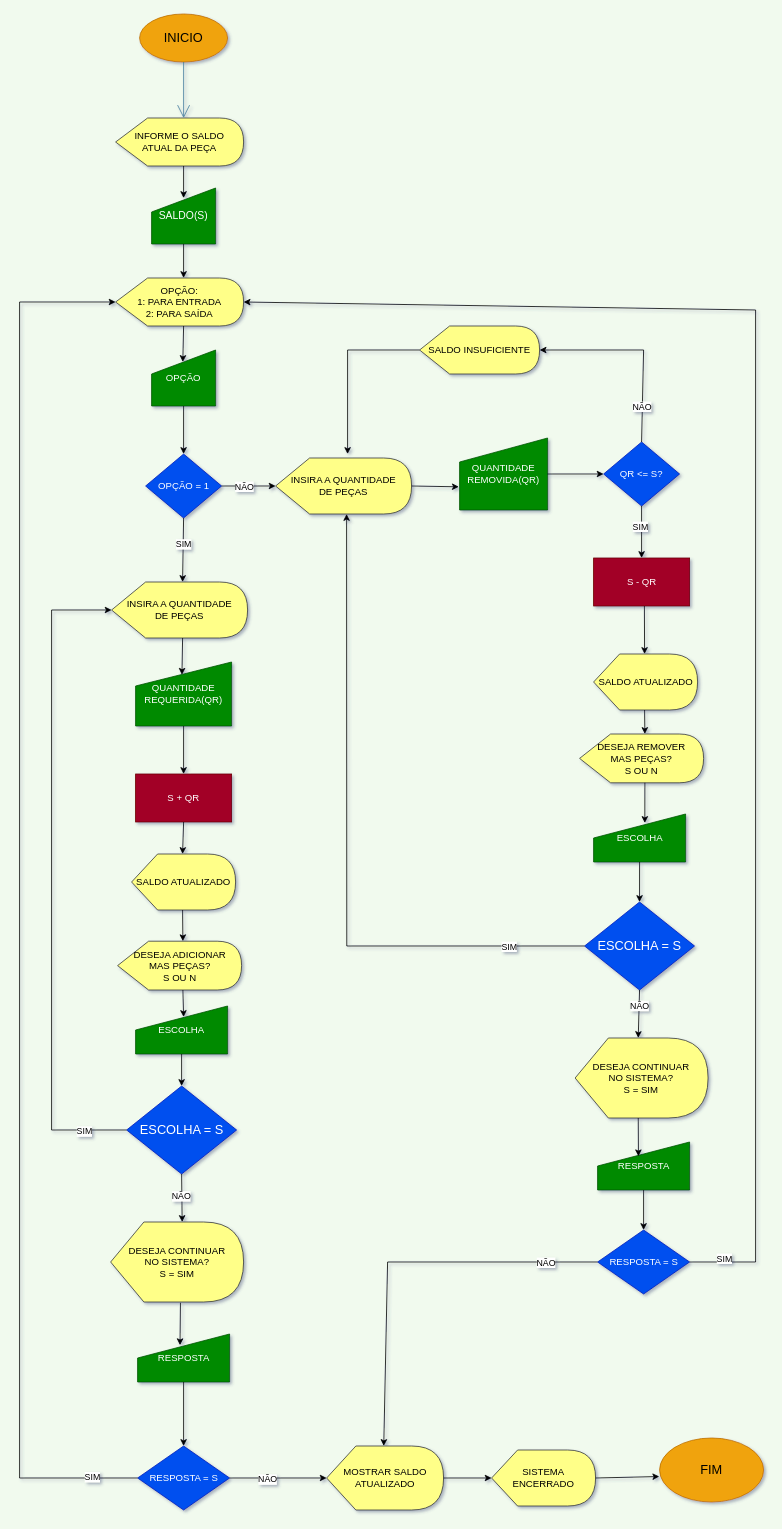
silvatavares/senai_versoes_git keeps this draw.io diagram as Diagrama sem nome.drawio. Above is the earlier version. Source tidied: cells renumbered, new cells numbered last; positions are measured from the earlier drawing's top-left corner, leaving out a move shared by most shapes. Both pictures are drawn from the tidied source at 80%, with x=0, y=0 at pixel (19, 14).
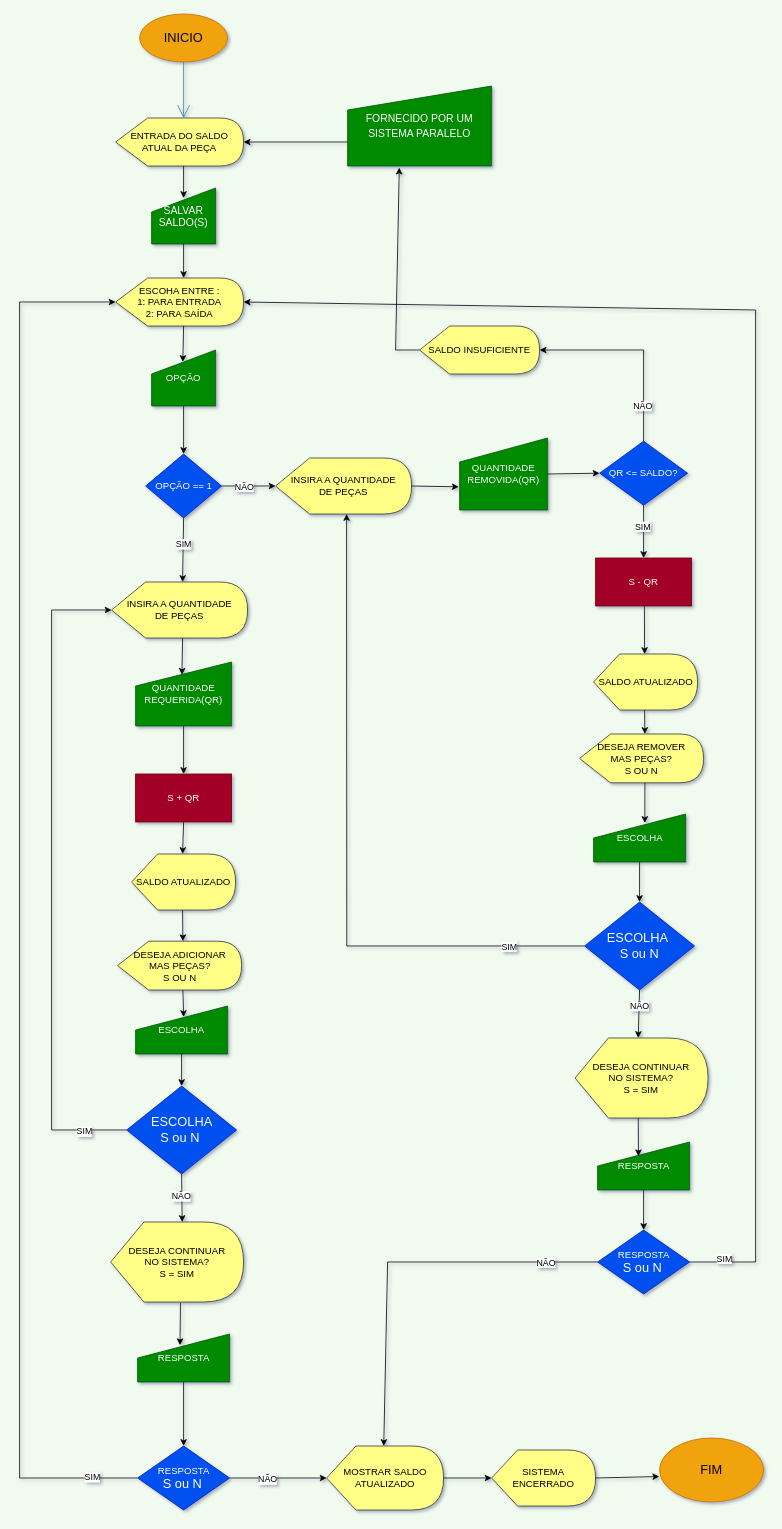
The same page after the edit.

Unchanged cells that the change refers to:
```xml
<mxCell id="45" value="SALDO INSUFICIENTE" style="shape=display;whiteSpace=wrap;html=1;fillColor=#ffff88;strokeColor=#36393d;align=center;" parent="1" vertex="1">
  <mxGeometry x="500" y="390" width="150" height="60" as="geometry" />
</mxCell>
```

Diff of the diagram source:
```diff
@@
-    <mxCell id="5" value="ESCOLHA = S" style="rhombus;whiteSpace=wrap;html=1;fontSize=16;fillColor=#0050ef;strokeColor=#001DBC;fontColor=#ffffff;rounded=0;" parent="1" vertex="1">
+    <mxCell id="5" value="ESCOLHA&lt;br&gt;S ou N&amp;nbsp;" style="rhombus;whiteSpace=wrap;html=1;fontSize=16;fillColor=#0050ef;strokeColor=#001DBC;fontColor=#ffffff;rounded=0;" parent="1" vertex="1">
       <mxGeometry x="133.8" y="1340" width="137.5" height="110" as="geometry" />
     </mxCell>
-    <mxCell id="6" value="INFORME O SALDO&lt;br&gt;ATUAL DA PEÇA" style="shape=display;whiteSpace=wrap;html=1;fillColor=#ffff88;strokeColor=#36393d;align=center;" parent="1" vertex="1">
+    <mxCell id="6" value="ENTRADA DO SALDO&lt;br&gt;ATUAL DA PEÇA" style="shape=display;whiteSpace=wrap;html=1;fillColor=#ffff88;strokeColor=#36393d;align=center;" parent="1" vertex="1">
       <mxGeometry x="120" y="130" width="160" height="60" as="geometry" />
     </mxCell>
-    <mxCell id="7" value="&lt;div style=&quot;line-height: 94%;&quot;&gt;&lt;span style=&quot;background-color: initial;&quot;&gt;&lt;font style=&quot;font-size: 13px;&quot;&gt;SALDO(S)&lt;/font&gt;&lt;/span&gt;&lt;/div&gt;" style="shape=manualInput;whiteSpace=wrap;html=1;align=center;fillColor=#008a00;strokeColor=#005700;fontColor=#ffffff;fillStyle=auto;strokeWidth=1;rounded=0;shadow=0;perimeterSpacing=0;gradientColor=none;verticalAlign=middle;" parent="1" vertex="1">
+    <mxCell id="7" value="&lt;div style=&quot;line-height: 120%; font-size: 13px;&quot;&gt;&lt;font style=&quot;font-size: 13px;&quot;&gt;SALVAR&lt;/font&gt;&lt;/div&gt;&lt;div style=&quot;line-height: 120%; font-size: 13px;&quot;&gt;&lt;font style=&quot;font-size: 13px;&quot;&gt;SALDO(S)&lt;/font&gt;&lt;/div&gt;" style="shape=manualInput;whiteSpace=wrap;html=1;align=center;fillColor=#008a00;strokeColor=#005700;fontColor=#ffffff;fillStyle=auto;strokeWidth=1;rounded=0;shadow=0;perimeterSpacing=0;gradientColor=none;verticalAlign=middle;" parent="1" vertex="1">
       <mxGeometry x="165" y="217.5" width="80" height="70" as="geometry" />
     </mxCell>
-    <mxCell id="8" value="OPÇÃO:&lt;br&gt;1: PARA ENTRADA&lt;br&gt;2: PARA SAÍDA" style="shape=display;whiteSpace=wrap;html=1;fillColor=#ffff88;strokeColor=#36393d;align=center;" parent="1" vertex="1">
+    <mxCell id="8" value="ESCOHA ENTRE :&lt;br&gt;1: PARA ENTRADA&lt;br&gt;2: PARA SAÍDA" style="shape=display;whiteSpace=wrap;html=1;fillColor=#ffff88;strokeColor=#36393d;align=center;" parent="1" vertex="1">
       <mxGeometry x="120" y="330" width="160" height="60" as="geometry" />
     </mxCell>
@@
-    <mxCell id="10" value="OPÇÃO = 1" style="rhombus;whiteSpace=wrap;html=1;fillColor=#0050ef;strokeColor=#001DBC;fontColor=#ffffff;" parent="1" vertex="1">
+    <mxCell id="10" value="OPÇÃO == 1" style="rhombus;whiteSpace=wrap;html=1;fillColor=#0050ef;strokeColor=#001DBC;fontColor=#ffffff;" parent="1" vertex="1">
       <mxGeometry x="157.5" y="550" width="95" height="80" as="geometry" />
     </mxCell>
@@
-    <mxCell id="39" value="RESPOSTA = S" style="rhombus;whiteSpace=wrap;html=1;fillColor=#0050ef;strokeColor=#001DBC;fontColor=#ffffff;" parent="1" vertex="1">
+    <mxCell id="39" value="RESPOSTA&lt;br&gt;&lt;span style=&quot;font-size: 16px;&quot;&gt;S ou N&lt;/span&gt;&amp;nbsp;" style="rhombus;whiteSpace=wrap;html=1;fillColor=#0050ef;strokeColor=#001DBC;fontColor=#ffffff;" parent="1" vertex="1">
       <mxGeometry x="147.5" y="1790" width="115" height="80" as="geometry" />
     </mxCell>
@@
-    <mxCell id="46" style="endArrow=classic;html=1;rounded=0;exitX=0;exitY=0.5;exitDx=0;exitDy=0;exitPerimeter=0;" parent="1" edge="1" source="45">
-      <mxGeometry relative="1" as="geometry">
-        <mxPoint x="410" y="550" as="targetPoint" />
-        <Array as="points">
-          <mxPoint x="410" y="420" />
-        </Array>
-      </mxGeometry>
-    </mxCell>
-    <mxCell id="47" value="QR &amp;lt;= S?" style="rhombus;whiteSpace=wrap;html=1;fillColor=#0050ef;strokeColor=#001DBC;fontColor=#ffffff;" parent="1" vertex="1">
-      <mxGeometry x="730" y="535" width="95" height="80" as="geometry" />
+    <mxCell id="47" value="QR &amp;lt;= SALDO?" style="rhombus;whiteSpace=wrap;html=1;fillColor=#0050ef;strokeColor=#001DBC;fontColor=#ffffff;" parent="1" vertex="1">
+      <mxGeometry x="725" y="534" width="110" height="80" as="geometry" />
     </mxCell>
@@
     <mxCell id="51" value="S - QR" style="rounded=0;whiteSpace=wrap;html=1;fillColor=#a20025;strokeColor=#6F0000;fontColor=#ffffff;" parent="1" vertex="1">
-      <mxGeometry x="717.5" y="680" width="120" height="60" as="geometry" />
+      <mxGeometry x="720" y="680" width="120" height="60" as="geometry" />
     </mxCell>
@@
-    <mxCell id="59" value="ESCOLHA = S" style="rhombus;whiteSpace=wrap;html=1;fontSize=16;fillColor=#0050ef;strokeColor=#001DBC;fontColor=#ffffff;rounded=0;" parent="1" vertex="1">
+    <mxCell id="59" value="ESCOLHA&amp;nbsp;&lt;br&gt;S ou N" style="rhombus;whiteSpace=wrap;html=1;fontSize=16;fillColor=#0050ef;strokeColor=#001DBC;fontColor=#ffffff;rounded=0;" parent="1" vertex="1">
       <mxGeometry x="706.2" y="1110" width="137.5" height="110" as="geometry" />
     </mxCell>
@@
-    <mxCell id="69" value="RESPOSTA = S" style="rhombus;whiteSpace=wrap;html=1;fillColor=#0050ef;strokeColor=#001DBC;fontColor=#ffffff;" parent="1" vertex="1">
+    <mxCell id="69" value="RESPOSTA&lt;br&gt;&lt;span style=&quot;font-size: 16px;&quot;&gt;S ou N&lt;/span&gt;&amp;nbsp;" style="rhombus;whiteSpace=wrap;html=1;fillColor=#0050ef;strokeColor=#001DBC;fontColor=#ffffff;" parent="1" vertex="1">
       <mxGeometry x="722.5" y="1520" width="115" height="80" as="geometry" />
     </mxCell>
@@
+    <mxCell id="81" value="&lt;div style=&quot;line-height: 147%;&quot;&gt;&lt;span style=&quot;font-size: 13px;&quot;&gt;FORNECIDO POR UM SISTEMA PARALELO&lt;/span&gt;&lt;/div&gt;" style="shape=manualInput;whiteSpace=wrap;html=1;align=center;fillColor=#008a00;strokeColor=#005700;fontColor=#ffffff;fillStyle=auto;strokeWidth=1;rounded=0;shadow=0;perimeterSpacing=0;gradientColor=none;verticalAlign=middle;" parent="1" vertex="1">
+      <mxGeometry x="410" y="90" width="180" height="100" as="geometry" />
+    </mxCell>
+    <mxCell id="82" style="endArrow=classic;html=1;rounded=0;fontSize=13;entryX=1;entryY=0.5;entryDx=0;entryDy=0;entryPerimeter=0;" parent="1" edge="1" target="6">
+      <mxGeometry relative="1" as="geometry">
+        <mxPoint x="410" y="160" as="sourcePoint" />
+      </mxGeometry>
+    </mxCell>
+    <mxCell id="83" style="endArrow=classic;html=1;rounded=0;fontSize=13;exitX=0;exitY=0.5;exitDx=0;exitDy=0;exitPerimeter=0;entryX=0.359;entryY=1.02;entryDx=0;entryDy=0;entryPerimeter=0;" parent="1" edge="1" source="45" target="81">
+      <mxGeometry relative="1" as="geometry">
+        <Array as="points">
+          <mxPoint x="470" y="420" />
+        </Array>
+      </mxGeometry>
+    </mxCell>
```
